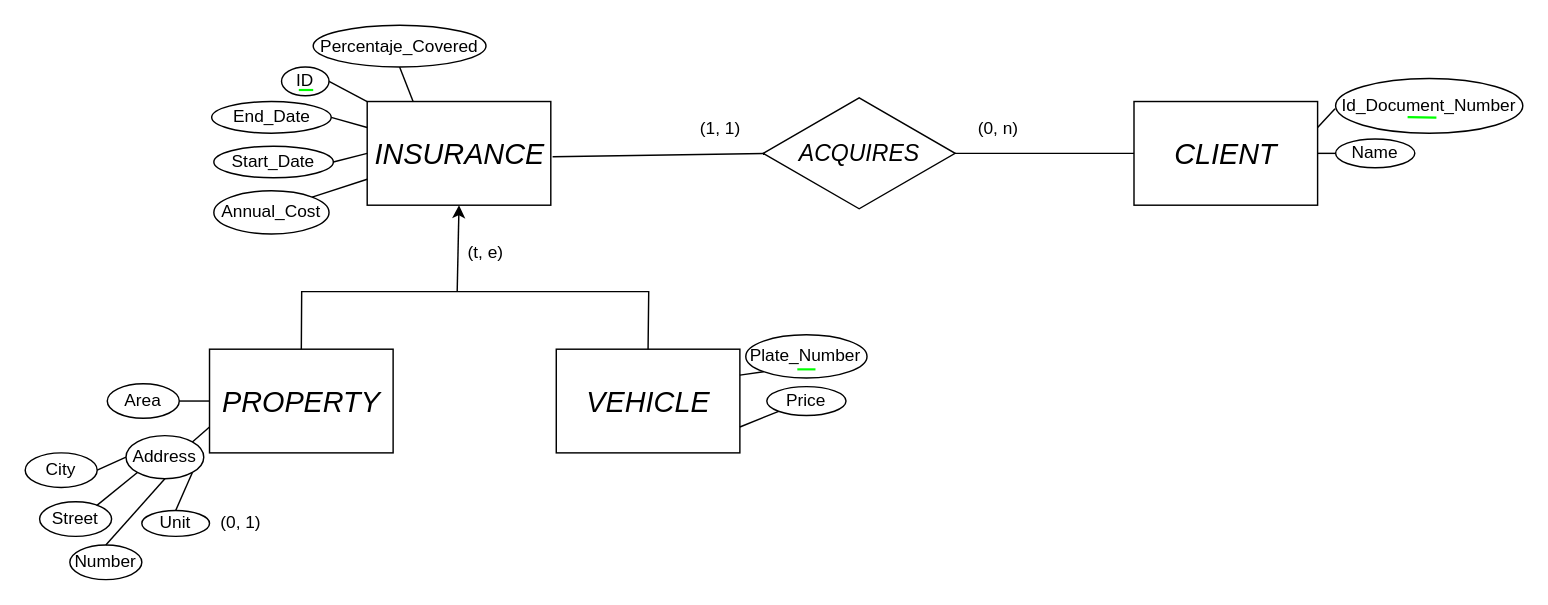
The draw.io diagram Diseño de Bases de Datos Relacionales con MySQL/02 Diseño Conceptual/4to Ejercicio/Ejercicio4.drawio in D4nitrix13/DatabaseGuide, before the edit. Source tidied: cells renumbered, new cells numbered last; positions are measured from the earlier drawing's top-left corner, leaving out a move shared by most shapes. Both pictures are drawn from the tidied source at 144%, with x=0, y=0 at pixel (24, 24).
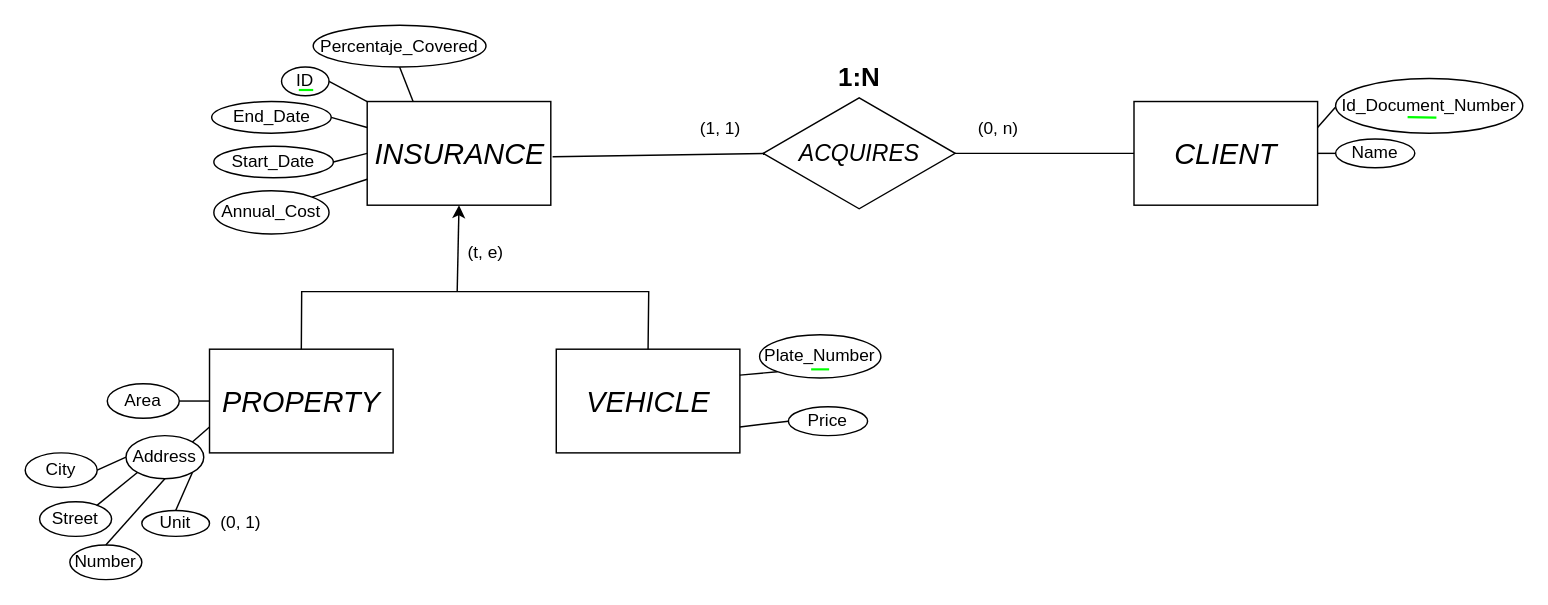
Above is the later version.

The change refers to these unchanged cells:
```xml
<mxCell id="10" value="&lt;span style=&quot;font-size: 20px;&quot;&gt;&lt;i&gt;CLIENT&lt;/i&gt;&lt;/span&gt;" style="rounded=0;whiteSpace=wrap;html=1;fillColor=none;align=center;" parent="1" vertex="1">
  <mxGeometry x="770" y="53" width="127.5" height="72" as="geometry" />
</mxCell>
<mxCell id="21" value="&lt;span style=&quot;font-size: 20px;&quot;&gt;&lt;i&gt;VEHICLE&lt;/i&gt;&lt;/span&gt;" style="rounded=0;whiteSpace=wrap;html=1;fillColor=none;align=center;" parent="1" vertex="1">
  <mxGeometry x="368.8" y="225" width="127.5" height="72" as="geometry" />
</mxCell>
<mxCell id="48" value="Id_Document_Number" style="ellipse;whiteSpace=wrap;html=1;fillColor=none;" parent="1" vertex="1">
  <mxGeometry x="910" y="37" width="130" height="38" as="geometry" />
</mxCell>
```

Diff of the diagram source:
```diff
@@
     <mxCell id="2" value="Plate_Number" style="ellipse;whiteSpace=wrap;html=1;fillColor=none;" parent="1" vertex="1">
-      <mxGeometry x="500.4" y="215" width="84.2" height="30" as="geometry" />
+      <mxGeometry x="510" y="215" width="84.2" height="30" as="geometry" />
     </mxCell>
@@
-    <mxCell id="13" style="endArrow=none;html=1;rounded=0;entryX=-0.003;entryY=0.554;entryDx=0;entryDy=0;exitX=1;exitY=0.25;exitDx=0;exitDy=0;entryPerimeter=0;" parent="1" edge="1" source="10" target="48">
+    <mxCell id="13" style="endArrow=none;html=1;rounded=0;entryX=-0.001;entryY=0.525;entryDx=0;entryDy=0;exitX=1;exitY=0.25;exitDx=0;exitDy=0;entryPerimeter=0;" parent="1" edge="1" source="10" target="48">
       <mxGeometry relative="1" as="geometry" />
     </mxCell>
@@
-    <mxCell id="25" style="endArrow=none;html=1;rounded=0;exitX=1;exitY=0.75;exitDx=0;exitDy=0;entryX=0;entryY=1;entryDx=0;entryDy=0;" parent="1" edge="1" source="21" target="46">
+    <mxCell id="25" style="endArrow=none;html=1;rounded=0;exitX=1;exitY=0.75;exitDx=0;exitDy=0;entryX=0;entryY=0.5;entryDx=0;entryDy=0;" parent="1" edge="1" source="21" target="46">
       <mxGeometry relative="1" as="geometry" />
     </mxCell>
     <mxCell id="26" style="endArrow=none;html=1;rounded=0;strokeWidth=1.5;strokeColor=#00ff00;" parent="1" edge="1">
       <mxGeometry relative="1" as="geometry">
-        <mxPoint x="536.2" y="239" as="sourcePoint" />
-        <mxPoint x="548.8" y="239" as="targetPoint" />
+        <mxPoint x="545.8" y="239" as="sourcePoint" />
+        <mxPoint x="558.3" y="239" as="targetPoint" />
       </mxGeometry>
     </mxCell>
@@
     <mxCell id="46" value="Price" style="ellipse;whiteSpace=wrap;html=1;fillColor=none;" parent="1" vertex="1">
-      <mxGeometry x="515" y="251" width="55" height="20" as="geometry" />
+      <mxGeometry x="530" y="265" width="55" height="20" as="geometry" />
     </mxCell>
@@
+    <mxCell id="49" value="&lt;b style=&quot;font-size: 18px;&quot;&gt;1:N&lt;/b&gt;" style="text;html=1;align=center;verticalAlign=middle;whiteSpace=wrap;rounded=0;fontSize=18;" parent="1" vertex="1">
+      <mxGeometry x="552.5" y="25.5" width="53.3" height="23.5" as="geometry" />
+    </mxCell>
```
